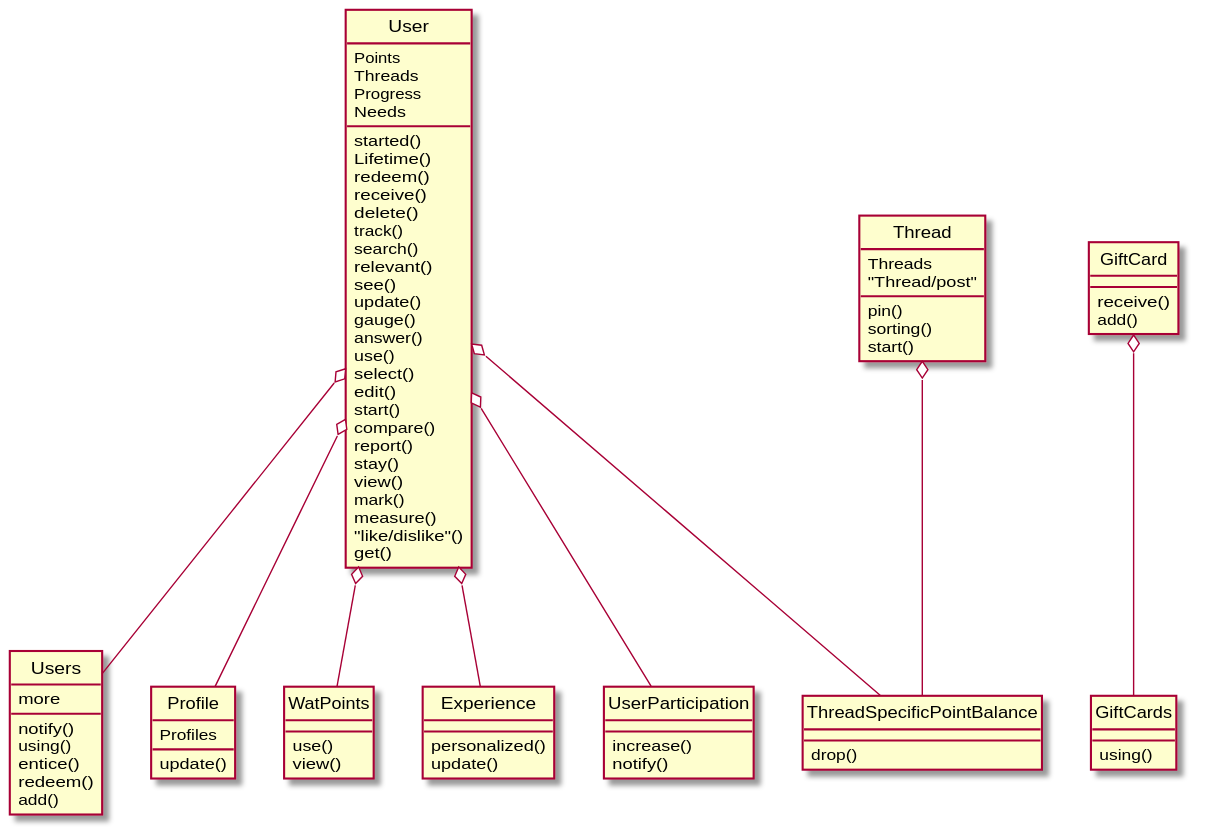
Earlier version of the PlantUML export Diagrams/2014-USC-Project01.svg (xixixhalu/DomainModelExtractor).
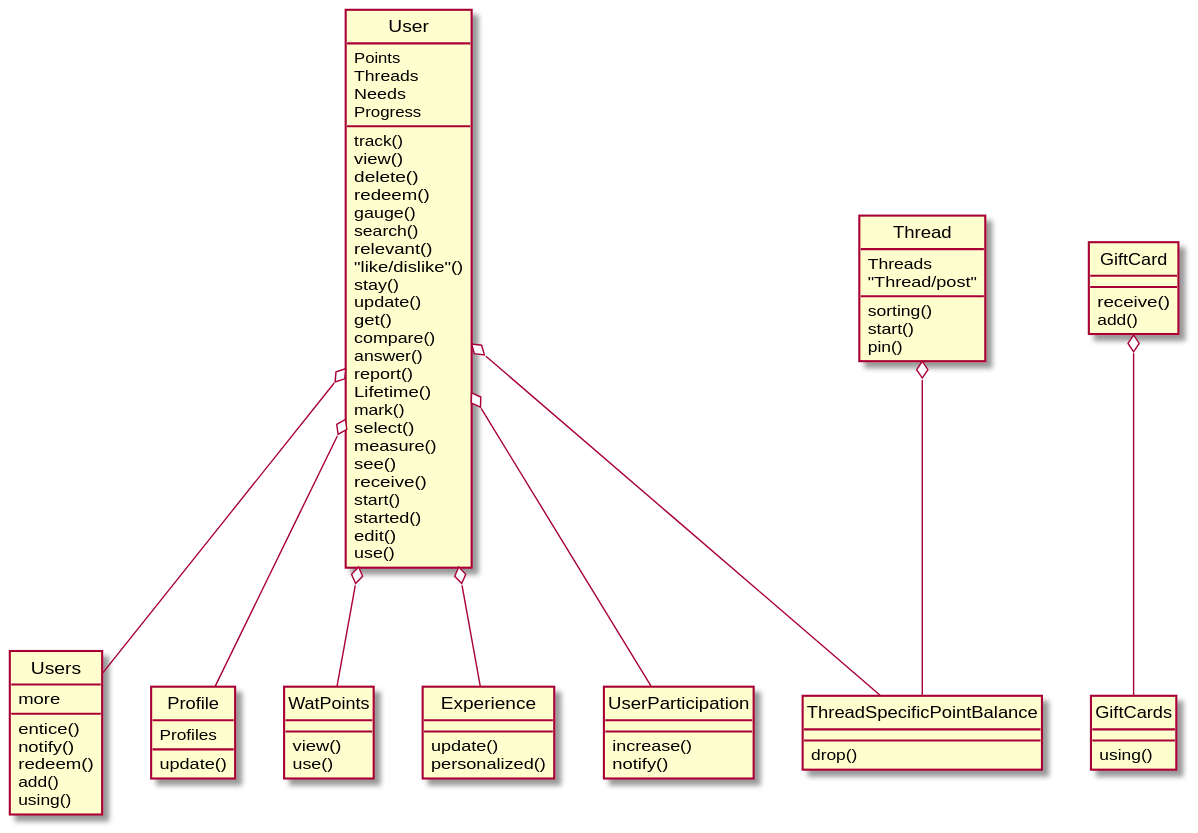
After the change.

What changed in the source:
```diff
@@ -3,66 +3,66 @@
 class User {
 	Points
 	Threads
+	Needs
 	Progress
-	Needs
-	started()
-	Lifetime()
+	track()
+	view()
+	delete()
 	redeem()
-	receive()
-	delete()
-	track()
+	gauge()
 	search()
 	relevant()
+	"like/dislike"()
+	stay()
+	update()
+	get()
+	compare()
+	answer()
+	report()
+	Lifetime()
+	mark()
+	select()
+	measure()
 	see()
-	update()
-	gauge()
-	answer()
+	receive()
+	start()
+	started()
+	edit()
 	use()
-	select()
-	edit()
-	start()
-	compare()
-	report()
-	stay()
-	view()
-	mark()
-	measure()
-	"like/dislike"()
-	get()
 }
 class Users {
 	more
+	entice()
 	notify()
-	using()
-	entice()
 	redeem()
 	add()
+	using()
+}
+class Thread {
+	Threads
+	"Thread/post"
+	sorting()
+	start()
+	pin()
+}
+class Profile {
+	Profiles
+	update()
 }
 class GiftCard {
 	receive()
 	add()
 }
-class Profile {
-	Profiles
-	update()
-}
-class Thread {
-	Threads
-	"Thread/post"
-	pin()
-	sorting()
-	start()
-}
 class GiftCards {
 	using()
 }
 class WatPoints {
+	view()
 	use()
-	view()
 }
 class Experience {
+	update()
 	personalized()
-	update()
 }
 class ThreadSpecificPointBalance {
 	drop()
@@ -71,12 +71,12 @@
 	increase()
 	notify()
 }
+Thread o-- ThreadSpecificPointBalance
+GiftCard o-- GiftCards
+User o-- Profile
+User o-- Users
+User o-- Experience
 User o-- ThreadSpecificPointBalance
 User o-- UserParticipation
-User o-- Users
-GiftCard o-- GiftCards
-User o-- Profile
-Thread o-- ThreadSpecificPointBalance
 User o-- WatPoints
-User o-- Experience
 @enduml
```
